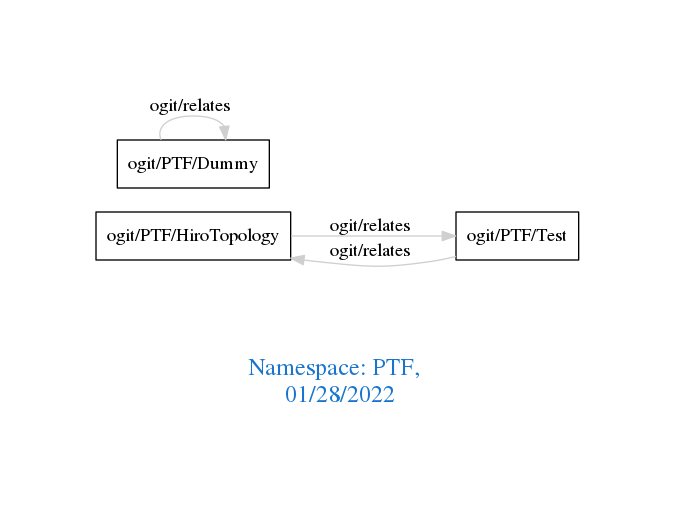
The Graphviz diagram downloads/PTF.png in arago/OGIT, before a commit. Its source is kept beside it as downloads/PTF.dot.
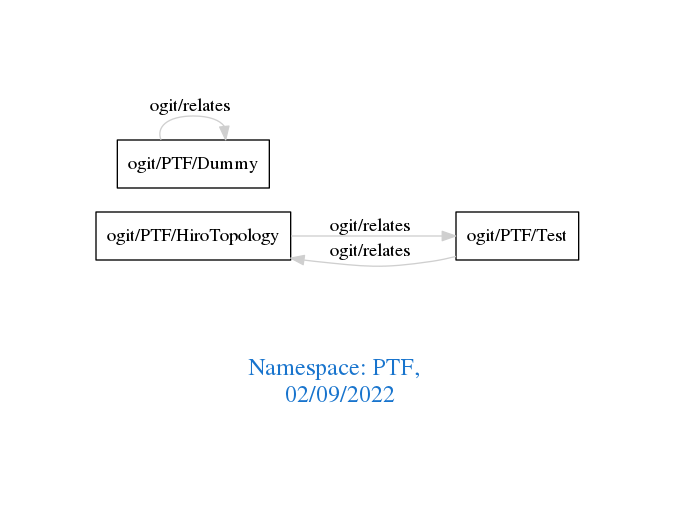
The same file after the commit.

Diff of the diagram source:
```diff
@@ -1,7 +1,7 @@
 digraph OGIT_ontology {
  graph [ rankdir= LR,pad=1
 fontsize = 18,
-fontcolor= dodgerblue3,label = "\n\n\nNamespace: PTF, \n 01/28/2022"];
+fontcolor= dodgerblue3,label = "\n\n\nNamespace: PTF, \n 02/09/2022"];
 node[shape=polygon];
 edge [  color="gray81"];
 
```
